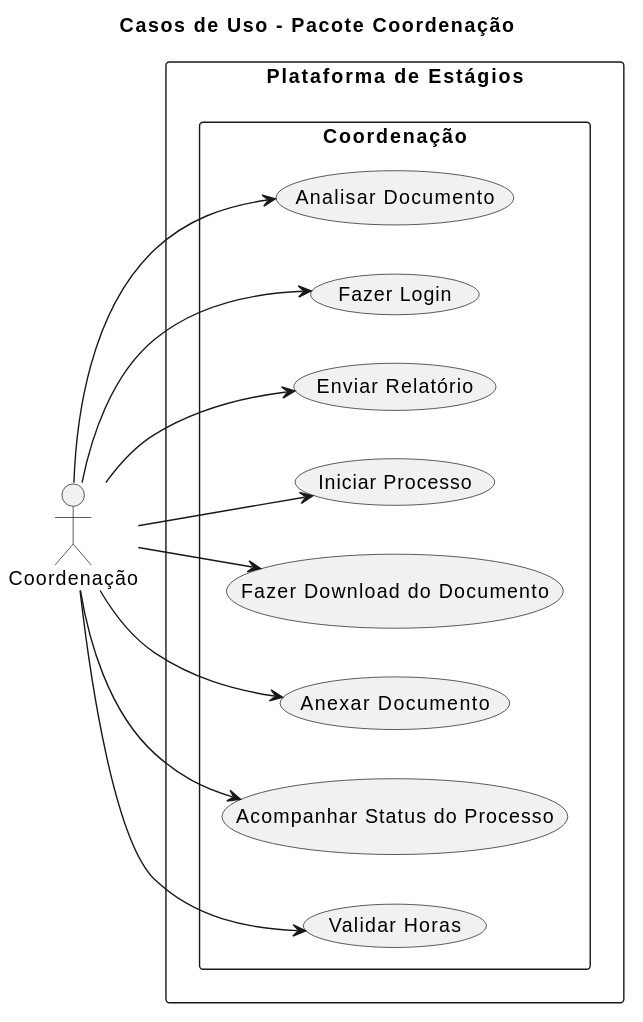
Above: docs/assets/Diagramas/out/casos_de_uso_coordenaçao.svg in Projetos-de-Extensao/PBE_26.1_8002_III (PlantUML), before the change. The source it was exported from:
```plantuml
@startuml
title Casos de Uso - Pacote Coordenação
left to right direction
skinparam packageStyle rectangle

actor "Coordenação" as coord

rectangle "Plataforma de Estágios" {

package "Coordenação" {
usecase "Validar Horas" as validarHoras
usecase "Acompanhar Status do Processo" as acompanhar
usecase "Anexar Documento" as enviar
usecase "Fazer Download do Documento" as download
usecase "Iniciar Processo" as iniciar
usecase "Enviar Relatório" as enviarHoras
usecase "Fazer Login" as login
usecase "Analisar Documento" as analisarDoc
}
}

coord --> validarHoras
coord --> acompanhar
coord --> enviar
coord --> download
coord --> iniciar
coord --> enviarHoras
coord --> login
coord --> analisarDoc
@enduml
```
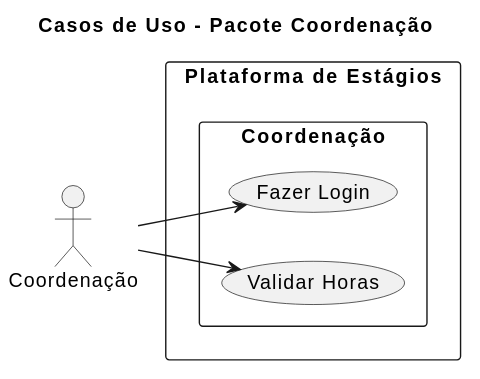
The same diagram one commit later.

Change to the diagram source:
```diff
@@ -9,22 +9,10 @@
 
 package "Coordenação" {
 usecase "Validar Horas" as validarHoras
-usecase "Acompanhar Status do Processo" as acompanhar
-usecase "Anexar Documento" as enviar
-usecase "Fazer Download do Documento" as download
-usecase "Iniciar Processo" as iniciar
-usecase "Enviar Relatório" as enviarHoras
 usecase "Fazer Login" as login
-usecase "Analisar Documento" as analisarDoc
 }
 }
 
 coord --> validarHoras
-coord --> acompanhar
-coord --> enviar
-coord --> download
-coord --> iniciar
-coord --> enviarHoras
 coord --> login
-coord --> analisarDoc
 @enduml
```
